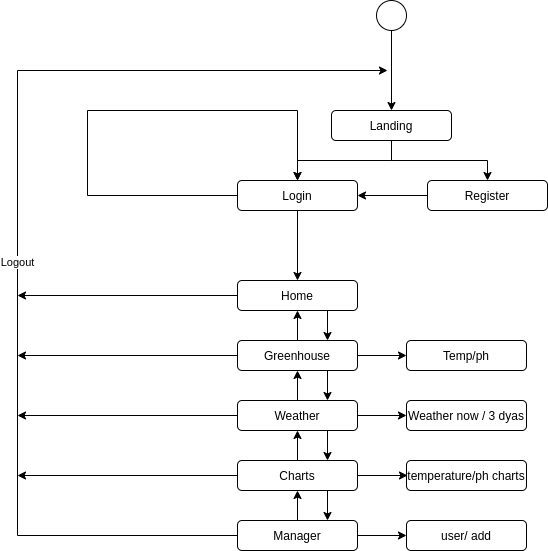
Before: staff/albert-manzano/aquaponics/aquaponics-docs/diagrams/flow.png, a diagram exported from draw.io (b00tc4mp/skylab-bootcamp-202004). Source tidied: cells renumbered, new cells last; positions are measured from the earlier drawing's top-left corner, leaving out a move shared by most shapes. Source of this version:
```xml
<mxGraphModel>
  <root>
    <mxCell id="0" />
    <mxCell id="1" parent="0" />
    <mxCell id="2" style="edgeStyle=orthogonalEdgeStyle;rounded=0;jettySize=auto;html=1;entryX=0.5;entryY=0;entryDx=0;entryDy=0;" parent="1" edge="1" source="3" target="6">
      <mxGeometry relative="1" as="geometry" />
    </mxCell>
    <mxCell id="3" style="ellipse;whiteSpace=wrap;html=1;" parent="1" vertex="1">
      <mxGeometry x="359" width="30" height="30" as="geometry" />
    </mxCell>
    <mxCell id="4" style="edgeStyle=orthogonalEdgeStyle;rounded=0;jettySize=auto;html=1;exitX=0.5;exitY=1;exitDx=0;exitDy=0;" parent="1" edge="1" source="6" target="9">
      <mxGeometry relative="1" as="geometry" />
    </mxCell>
    <mxCell id="5" style="edgeStyle=orthogonalEdgeStyle;rounded=0;jettySize=auto;html=1;" parent="1" edge="1" source="6" target="11">
      <mxGeometry relative="1" as="geometry" />
    </mxCell>
    <mxCell id="6" value="Landing" style="rounded=1;whiteSpace=wrap;html=1;" parent="1" vertex="1">
      <mxGeometry x="314" y="110" width="120" height="30" as="geometry" />
    </mxCell>
    <mxCell id="7" style="edgeStyle=orthogonalEdgeStyle;rounded=0;jettySize=auto;html=1;entryX=0.5;entryY=0;entryDx=0;entryDy=0;" parent="1" edge="1" source="9" target="14">
      <mxGeometry relative="1" as="geometry" />
    </mxCell>
    <mxCell id="8" style="edgeStyle=orthogonalEdgeStyle;rounded=0;orthogonalLoop=1;jettySize=auto;html=1;entryX=0.5;entryY=0;entryDx=0;entryDy=0;" parent="1" edge="1" source="9" target="9">
      <mxGeometry relative="1" as="geometry">
        <Array as="points">
          <mxPoint x="70" y="195" />
          <mxPoint x="70" y="110" />
          <mxPoint x="280" y="110" />
        </Array>
      </mxGeometry>
    </mxCell>
    <mxCell id="9" value="Login" style="rounded=1;whiteSpace=wrap;html=1;" parent="1" vertex="1">
      <mxGeometry x="220" y="180" width="120" height="30" as="geometry" />
    </mxCell>
    <mxCell id="10" style="edgeStyle=orthogonalEdgeStyle;rounded=0;jettySize=auto;html=1;" parent="1" edge="1" source="11" target="9">
      <mxGeometry relative="1" as="geometry" />
    </mxCell>
    <mxCell id="11" value="Register" style="rounded=1;whiteSpace=wrap;html=1;" parent="1" vertex="1">
      <mxGeometry x="410" y="180" width="120" height="30" as="geometry" />
    </mxCell>
    <mxCell id="12" style="edgeStyle=orthogonalEdgeStyle;rounded=0;jettySize=auto;html=1;exitX=0;exitY=0.5;exitDx=0;exitDy=0;" parent="1" edge="1" source="14">
      <mxGeometry relative="1" as="geometry">
        <mxPoint y="295" as="targetPoint" />
      </mxGeometry>
    </mxCell>
    <mxCell id="13" style="edgeStyle=orthogonalEdgeStyle;rounded=0;jettySize=auto;html=1;exitX=0.75;exitY=1;exitDx=0;exitDy=0;entryX=0.75;entryY=0;entryDx=0;entryDy=0;" parent="1" edge="1" source="14" target="34">
      <mxGeometry relative="1" as="geometry" />
    </mxCell>
    <mxCell id="14" value="Home" style="rounded=1;whiteSpace=wrap;html=1;" parent="1" vertex="1">
      <mxGeometry x="220" y="280" width="120" height="30" as="geometry" />
    </mxCell>
    <mxCell id="15" style="edgeStyle=orthogonalEdgeStyle;rounded=0;jettySize=auto;html=1;" parent="1" edge="1" source="19">
      <mxGeometry relative="1" as="geometry">
        <mxPoint x="370" y="70" as="targetPoint" />
        <Array as="points">
          <mxPoint y="535" />
        </Array>
      </mxGeometry>
    </mxCell>
    <mxCell id="16" value="Logout" style="edgeLabel;html=1;align=center;verticalAlign=middle;" parent="15" vertex="1">
      <mxGeometry x="-0.06" y="1" relative="1" as="geometry" />
    </mxCell>
    <mxCell id="17" style="edgeStyle=orthogonalEdgeStyle;rounded=0;jettySize=auto;html=1;exitX=0.5;exitY=0;exitDx=0;exitDy=0;entryX=0.5;entryY=1;entryDx=0;entryDy=0;" parent="1" edge="1" source="19" target="24">
      <mxGeometry relative="1" as="geometry" />
    </mxCell>
    <mxCell id="18" style="edgeStyle=orthogonalEdgeStyle;rounded=0;jettySize=auto;html=1;entryX=0;entryY=0.5;entryDx=0;entryDy=0;" parent="1" edge="1" source="19" target="38">
      <mxGeometry relative="1" as="geometry" />
    </mxCell>
    <mxCell id="19" value="Manager" style="rounded=1;whiteSpace=wrap;html=1;" parent="1" vertex="1">
      <mxGeometry x="220" y="520" width="120" height="30" as="geometry" />
    </mxCell>
    <mxCell id="20" style="edgeStyle=orthogonalEdgeStyle;rounded=0;jettySize=auto;html=1;exitX=0;exitY=0.5;exitDx=0;exitDy=0;" parent="1" edge="1" source="24">
      <mxGeometry relative="1" as="geometry">
        <mxPoint y="475" as="targetPoint" />
      </mxGeometry>
    </mxCell>
    <mxCell id="21" style="edgeStyle=orthogonalEdgeStyle;rounded=0;jettySize=auto;html=1;exitX=0.5;exitY=0;exitDx=0;exitDy=0;entryX=0.5;entryY=1;entryDx=0;entryDy=0;" parent="1" edge="1" source="24" target="29">
      <mxGeometry relative="1" as="geometry" />
    </mxCell>
    <mxCell id="22" style="edgeStyle=orthogonalEdgeStyle;rounded=0;jettySize=auto;html=1;exitX=0.75;exitY=1;exitDx=0;exitDy=0;entryX=0.75;entryY=0;entryDx=0;entryDy=0;" parent="1" edge="1" source="24" target="19">
      <mxGeometry relative="1" as="geometry" />
    </mxCell>
    <mxCell id="23" style="edgeStyle=orthogonalEdgeStyle;rounded=0;jettySize=auto;html=1;" parent="1" edge="1" source="24">
      <mxGeometry relative="1" as="geometry">
        <mxPoint x="390" y="475" as="targetPoint" />
      </mxGeometry>
    </mxCell>
    <mxCell id="24" value="Charts" style="rounded=1;whiteSpace=wrap;html=1;" parent="1" vertex="1">
      <mxGeometry x="220" y="460" width="120" height="30" as="geometry" />
    </mxCell>
    <mxCell id="25" style="edgeStyle=orthogonalEdgeStyle;rounded=0;jettySize=auto;html=1;exitX=0;exitY=0.5;exitDx=0;exitDy=0;" parent="1" edge="1" source="29">
      <mxGeometry relative="1" as="geometry">
        <mxPoint y="415" as="targetPoint" />
      </mxGeometry>
    </mxCell>
    <mxCell id="26" style="edgeStyle=orthogonalEdgeStyle;rounded=0;jettySize=auto;html=1;exitX=0.5;exitY=0;exitDx=0;exitDy=0;entryX=0.5;entryY=1;entryDx=0;entryDy=0;" parent="1" edge="1" source="29" target="34">
      <mxGeometry relative="1" as="geometry" />
    </mxCell>
    <mxCell id="27" style="edgeStyle=orthogonalEdgeStyle;rounded=0;jettySize=auto;html=1;exitX=0.75;exitY=1;exitDx=0;exitDy=0;entryX=0.75;entryY=0;entryDx=0;entryDy=0;" parent="1" edge="1" source="29" target="24">
      <mxGeometry relative="1" as="geometry" />
    </mxCell>
    <mxCell id="28" style="edgeStyle=orthogonalEdgeStyle;rounded=0;jettySize=auto;html=1;" parent="1" edge="1" source="29" target="36">
      <mxGeometry relative="1" as="geometry" />
    </mxCell>
    <mxCell id="29" value="Weather" style="rounded=1;whiteSpace=wrap;html=1;" parent="1" vertex="1">
      <mxGeometry x="220" y="400" width="120" height="30" as="geometry" />
    </mxCell>
    <mxCell id="30" style="edgeStyle=orthogonalEdgeStyle;rounded=0;jettySize=auto;html=1;exitX=0;exitY=0.5;exitDx=0;exitDy=0;" parent="1" edge="1" source="34">
      <mxGeometry relative="1" as="geometry">
        <mxPoint y="355" as="targetPoint" />
      </mxGeometry>
    </mxCell>
    <mxCell id="31" style="edgeStyle=orthogonalEdgeStyle;rounded=0;jettySize=auto;html=1;entryX=0.5;entryY=1;entryDx=0;entryDy=0;" parent="1" edge="1" source="34" target="14">
      <mxGeometry relative="1" as="geometry" />
    </mxCell>
    <mxCell id="32" style="edgeStyle=orthogonalEdgeStyle;rounded=0;jettySize=auto;html=1;exitX=0.75;exitY=1;exitDx=0;exitDy=0;entryX=0.75;entryY=0;entryDx=0;entryDy=0;" parent="1" edge="1" source="34" target="29">
      <mxGeometry relative="1" as="geometry" />
    </mxCell>
    <mxCell id="33" style="edgeStyle=orthogonalEdgeStyle;rounded=0;jettySize=auto;html=1;exitX=1;exitY=0.5;exitDx=0;exitDy=0;" parent="1" edge="1" source="34" target="35">
      <mxGeometry relative="1" as="geometry" />
    </mxCell>
    <mxCell id="34" value="Greenhouse" style="rounded=1;whiteSpace=wrap;html=1;" parent="1" vertex="1">
      <mxGeometry x="220" y="340" width="120" height="30" as="geometry" />
    </mxCell>
    <mxCell id="35" value="Temp/ph" style="rounded=1;whiteSpace=wrap;html=1;" parent="1" vertex="1">
      <mxGeometry x="389" y="340" width="120" height="30" as="geometry" />
    </mxCell>
    <mxCell id="36" value="Weather now / 3 dyas" style="rounded=1;whiteSpace=wrap;html=1;" parent="1" vertex="1">
      <mxGeometry x="389" y="400" width="120" height="30" as="geometry" />
    </mxCell>
    <mxCell id="37" value="temperature/ph charts" style="rounded=1;whiteSpace=wrap;html=1;" parent="1" vertex="1">
      <mxGeometry x="389" y="460" width="120" height="30" as="geometry" />
    </mxCell>
    <mxCell id="38" value="user/ add" style="rounded=1;whiteSpace=wrap;html=1;" parent="1" vertex="1">
      <mxGeometry x="389" y="520" width="120" height="30" as="geometry" />
    </mxCell>
  </root>
</mxGraphModel>
```
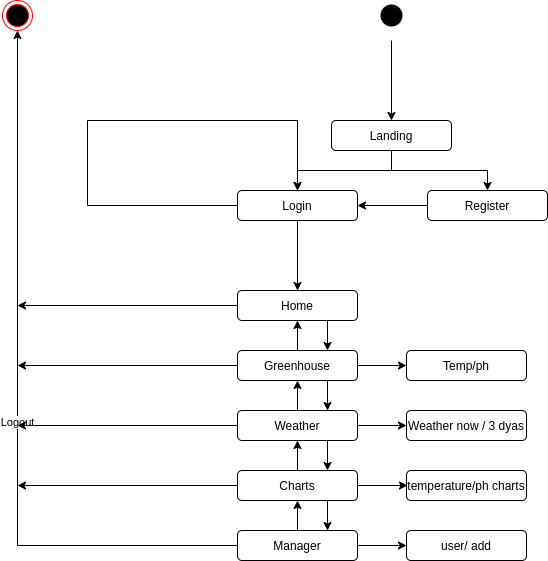
After the change.

Diff of the diagram source:
```diff
@@ -2,12 +2,11 @@
   <root>
     <mxCell id="0" />
     <mxCell id="1" parent="0" />
-    <mxCell id="2" style="edgeStyle=orthogonalEdgeStyle;rounded=0;jettySize=auto;html=1;entryX=0.5;entryY=0;entryDx=0;entryDy=0;" parent="1" edge="1" source="3" target="6">
-      <mxGeometry relative="1" as="geometry" />
-    </mxCell>
-    <mxCell id="3" style="ellipse;whiteSpace=wrap;html=1;" parent="1" vertex="1">
-      <mxGeometry x="359" width="30" height="30" as="geometry" />
-    </mxCell>
+    <mxCell id="39" style="edgeStyle=orthogonalEdgeStyle;rounded=0;jettySize=auto;html=1;entryX=0.5;entryY=0;entryDx=0;entryDy=0;" parent="1" edge="1" target="6">
+      <mxGeometry relative="1" as="geometry">
+        <mxPoint x="374" y="30" as="sourcePoint" />
+      </mxGeometry>
+    </mxCell>
     <mxCell id="4" style="edgeStyle=orthogonalEdgeStyle;rounded=0;jettySize=auto;html=1;exitX=0.5;exitY=1;exitDx=0;exitDy=0;" parent="1" edge="1" source="6" target="9">
       <mxGeometry relative="1" as="geometry" />
     </mxCell>
@@ -38,26 +37,25 @@
     <mxCell id="11" value="Register" style="rounded=1;whiteSpace=wrap;html=1;" parent="1" vertex="1">
       <mxGeometry x="410" y="180" width="120" height="30" as="geometry" />
     </mxCell>
-    <mxCell id="12" style="edgeStyle=orthogonalEdgeStyle;rounded=0;jettySize=auto;html=1;exitX=0;exitY=0.5;exitDx=0;exitDy=0;" parent="1" edge="1" source="14">
-      <mxGeometry relative="1" as="geometry">
-        <mxPoint y="295" as="targetPoint" />
-      </mxGeometry>
-    </mxCell>
+    <mxCell id="40" style="edgeStyle=orthogonalEdgeStyle;rounded=0;jettySize=auto;html=1;exitX=0;exitY=0.5;exitDx=0;exitDy=0;" parent="1" edge="1" source="14">
+      <mxGeometry relative="1" as="geometry">
+        <mxPoint y="295" as="targetPoint" />
+      </mxGeometry>
+    </mxCell>
     <mxCell id="13" style="edgeStyle=orthogonalEdgeStyle;rounded=0;jettySize=auto;html=1;exitX=0.75;exitY=1;exitDx=0;exitDy=0;entryX=0.75;entryY=0;entryDx=0;entryDy=0;" parent="1" edge="1" source="14" target="34">
       <mxGeometry relative="1" as="geometry" />
     </mxCell>
     <mxCell id="14" value="Home" style="rounded=1;whiteSpace=wrap;html=1;" parent="1" vertex="1">
       <mxGeometry x="220" y="280" width="120" height="30" as="geometry" />
     </mxCell>
-    <mxCell id="15" style="edgeStyle=orthogonalEdgeStyle;rounded=0;jettySize=auto;html=1;" parent="1" edge="1" source="19">
-      <mxGeometry relative="1" as="geometry">
-        <mxPoint x="370" y="70" as="targetPoint" />
-        <Array as="points">
-          <mxPoint y="535" />
-        </Array>
-      </mxGeometry>
-    </mxCell>
+    <mxCell id="41" style="edgeStyle=orthogonalEdgeStyle;rounded=0;jettySize=auto;html=1;" parent="1" edge="1" source="19" target="47">
+      <mxGeometry relative="1" as="geometry">
+        <Array as="points">
+          <mxPoint y="535" />
+        </Array>
+      </mxGeometry>
+    </mxCell>
-    <mxCell id="16" value="Logout" style="edgeLabel;html=1;align=center;verticalAlign=middle;" parent="15" vertex="1">
+    <mxCell id="16" value="Logout" style="edgeLabel;html=1;align=center;verticalAlign=middle;" parent="41" vertex="1">
       <mxGeometry x="-0.06" y="1" relative="1" as="geometry" />
     </mxCell>
     <mxCell id="17" style="edgeStyle=orthogonalEdgeStyle;rounded=0;jettySize=auto;html=1;exitX=0.5;exitY=0;exitDx=0;exitDy=0;entryX=0.5;entryY=1;entryDx=0;entryDy=0;" parent="1" edge="1" source="19" target="24">
@@ -69,30 +67,30 @@
     <mxCell id="19" value="Manager" style="rounded=1;whiteSpace=wrap;html=1;" parent="1" vertex="1">
       <mxGeometry x="220" y="520" width="120" height="30" as="geometry" />
     </mxCell>
-    <mxCell id="20" style="edgeStyle=orthogonalEdgeStyle;rounded=0;jettySize=auto;html=1;exitX=0;exitY=0.5;exitDx=0;exitDy=0;" parent="1" edge="1" source="24">
-      <mxGeometry relative="1" as="geometry">
-        <mxPoint y="475" as="targetPoint" />
-      </mxGeometry>
-    </mxCell>
+    <mxCell id="42" style="edgeStyle=orthogonalEdgeStyle;rounded=0;jettySize=auto;html=1;exitX=0;exitY=0.5;exitDx=0;exitDy=0;" parent="1" edge="1" source="24">
+      <mxGeometry relative="1" as="geometry">
+        <mxPoint y="475" as="targetPoint" />
+      </mxGeometry>
+    </mxCell>
     <mxCell id="21" style="edgeStyle=orthogonalEdgeStyle;rounded=0;jettySize=auto;html=1;exitX=0.5;exitY=0;exitDx=0;exitDy=0;entryX=0.5;entryY=1;entryDx=0;entryDy=0;" parent="1" edge="1" source="24" target="29">
       <mxGeometry relative="1" as="geometry" />
     </mxCell>
     <mxCell id="22" style="edgeStyle=orthogonalEdgeStyle;rounded=0;jettySize=auto;html=1;exitX=0.75;exitY=1;exitDx=0;exitDy=0;entryX=0.75;entryY=0;entryDx=0;entryDy=0;" parent="1" edge="1" source="24" target="19">
       <mxGeometry relative="1" as="geometry" />
     </mxCell>
-    <mxCell id="23" style="edgeStyle=orthogonalEdgeStyle;rounded=0;jettySize=auto;html=1;" parent="1" edge="1" source="24">
-      <mxGeometry relative="1" as="geometry">
-        <mxPoint x="390" y="475" as="targetPoint" />
-      </mxGeometry>
-    </mxCell>
+    <mxCell id="43" style="edgeStyle=orthogonalEdgeStyle;rounded=0;jettySize=auto;html=1;" parent="1" edge="1" source="24">
+      <mxGeometry relative="1" as="geometry">
+        <mxPoint x="390" y="475" as="targetPoint" />
+      </mxGeometry>
+    </mxCell>
     <mxCell id="24" value="Charts" style="rounded=1;whiteSpace=wrap;html=1;" parent="1" vertex="1">
       <mxGeometry x="220" y="460" width="120" height="30" as="geometry" />
     </mxCell>
-    <mxCell id="25" style="edgeStyle=orthogonalEdgeStyle;rounded=0;jettySize=auto;html=1;exitX=0;exitY=0.5;exitDx=0;exitDy=0;" parent="1" edge="1" source="29">
-      <mxGeometry relative="1" as="geometry">
-        <mxPoint y="415" as="targetPoint" />
-      </mxGeometry>
-    </mxCell>
+    <mxCell id="44" style="edgeStyle=orthogonalEdgeStyle;rounded=0;jettySize=auto;html=1;exitX=0;exitY=0.5;exitDx=0;exitDy=0;" parent="1" edge="1" source="29">
+      <mxGeometry relative="1" as="geometry">
+        <mxPoint y="415" as="targetPoint" />
+      </mxGeometry>
+    </mxCell>
     <mxCell id="26" style="edgeStyle=orthogonalEdgeStyle;rounded=0;jettySize=auto;html=1;exitX=0.5;exitY=0;exitDx=0;exitDy=0;entryX=0.5;entryY=1;entryDx=0;entryDy=0;" parent="1" edge="1" source="29" target="34">
       <mxGeometry relative="1" as="geometry" />
     </mxCell>
@@ -105,11 +103,11 @@
     <mxCell id="29" value="Weather" style="rounded=1;whiteSpace=wrap;html=1;" parent="1" vertex="1">
       <mxGeometry x="220" y="400" width="120" height="30" as="geometry" />
     </mxCell>
-    <mxCell id="30" style="edgeStyle=orthogonalEdgeStyle;rounded=0;jettySize=auto;html=1;exitX=0;exitY=0.5;exitDx=0;exitDy=0;" parent="1" edge="1" source="34">
-      <mxGeometry relative="1" as="geometry">
-        <mxPoint y="355" as="targetPoint" />
-      </mxGeometry>
-    </mxCell>
+    <mxCell id="45" style="edgeStyle=orthogonalEdgeStyle;rounded=0;jettySize=auto;html=1;exitX=0;exitY=0.5;exitDx=0;exitDy=0;" parent="1" edge="1" source="34">
+      <mxGeometry relative="1" as="geometry">
+        <mxPoint y="355" as="targetPoint" />
+      </mxGeometry>
+    </mxCell>
     <mxCell id="31" style="edgeStyle=orthogonalEdgeStyle;rounded=0;jettySize=auto;html=1;entryX=0.5;entryY=1;entryDx=0;entryDy=0;" parent="1" edge="1" source="34" target="14">
       <mxGeometry relative="1" as="geometry" />
     </mxCell>
@@ -134,5 +132,11 @@
     <mxCell id="38" value="user/ add" style="rounded=1;whiteSpace=wrap;html=1;" parent="1" vertex="1">
       <mxGeometry x="389" y="520" width="120" height="30" as="geometry" />
     </mxCell>
+    <mxCell id="46" style="ellipse;html=1;shape=endState;fillColor=#000000;strokeColor=none;" parent="1" vertex="1">
+      <mxGeometry x="359" y="-10" width="30" height="30" as="geometry" />
+    </mxCell>
+    <mxCell id="47" style="ellipse;html=1;shape=endState;fillColor=#000000;strokeColor=#ff0000;" parent="1" vertex="1">
+      <mxGeometry x="-15" y="-10" width="30" height="30" as="geometry" />
+    </mxCell>
   </root>
 </mxGraphModel>
```
